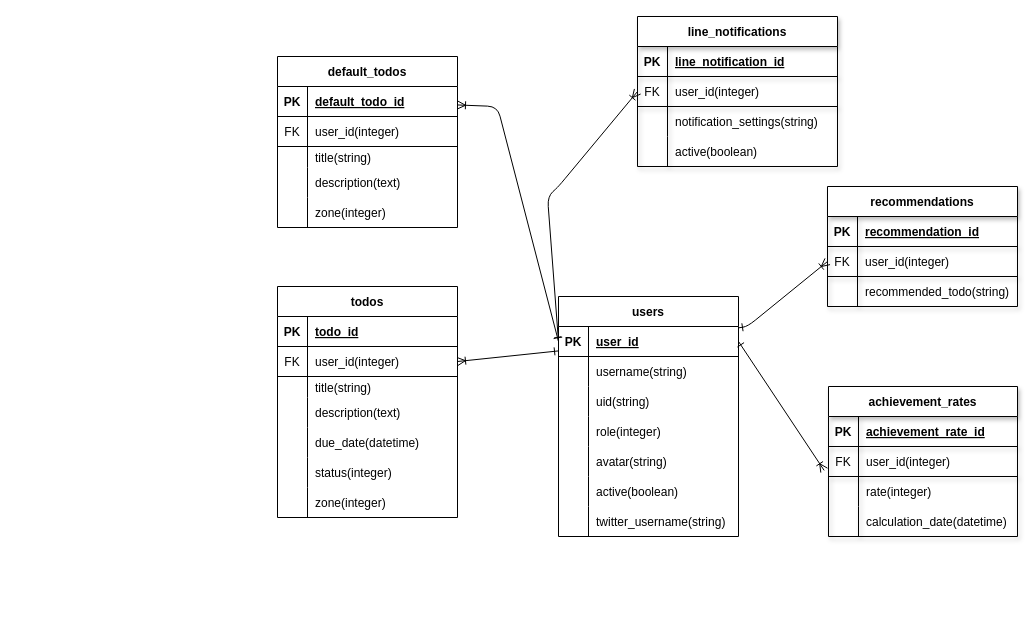
The draw.io diagram erDiagram.dio in mikurikuri11/Taskzen, before the edit. Source tidied: cells renumbered, new cells numbered last; positions are measured from the earlier drawing's top-left corner, leaving out a move shared by most shapes. Both pictures are drawn from the tidied source at 100%, with x=0, y=0 at pixel (277, 16).
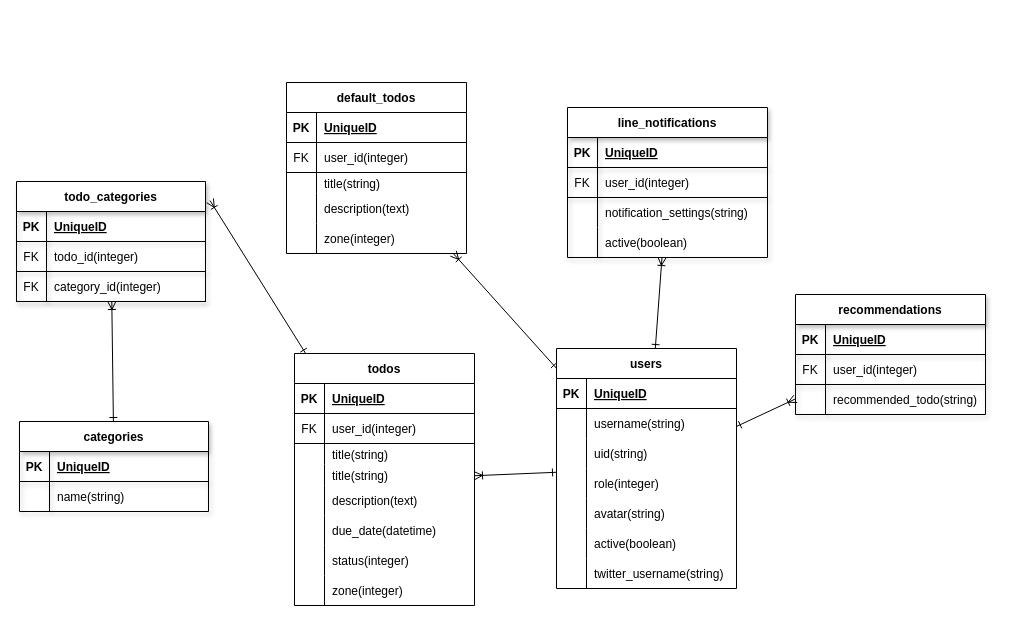
Above is the later version.

Commit message:
Fix: primary_key name and Add categories, todo_categories table for erDirgram

Unchanged cells that the change refers to:
```xml
<mxCell id="3" style="shape=tableRow;horizontal=0;startSize=0;swimlaneHead=0;swimlaneBody=0;fillColor=none;points=[[0,0.5],[1,0.5]];portConstraint=eastwest;top=0;left=0;right=0;bottom=1;" parent="2" vertex="1">
  <mxGeometry y="30" width="180" height="30" as="geometry" />
</mxCell>
<mxCell id="25" style="shape=tableRow;horizontal=0;startSize=0;swimlaneHead=0;swimlaneBody=0;fillColor=none;top=0;left=0;right=0;bottom=1;" parent="24" vertex="1">
  <mxGeometry y="30" width="180" height="30" as="geometry" />
</mxCell>
<mxCell id="28" style="shape=tableRow;horizontal=0;startSize=0;swimlaneHead=0;swimlaneBody=0;fillColor=none;points=[[0,0.5],[1,0.5]];portConstraint=eastwest;top=0;left=0;right=0;bottom=1;" parent="24" vertex="1">
  <mxGeometry y="60" width="180" height="30" as="geometry" />
</mxCell>
<mxCell id="47" style="shape=tableRow;horizontal=0;startSize=0;swimlaneHead=0;swimlaneBody=0;fillColor=none;top=0;left=0;right=0;bottom=1;shadow=1;labelBorderColor=none;" parent="46" vertex="1">
  <mxGeometry y="30" width="200" height="30" as="geometry" />
</mxCell>
<mxCell id="50" style="shape=tableRow;horizontal=0;startSize=0;swimlaneHead=0;swimlaneBody=0;fillColor=none;points=[[0,0.5],[1,0.5]];portConstraint=eastwest;top=0;left=0;right=0;bottom=1;shadow=1;labelBorderColor=none;" parent="46" vertex="1">
  <mxGeometry y="60" width="200" height="30" as="geometry" />
</mxCell>
<mxCell id="60" style="shape=tableRow;horizontal=0;startSize=0;swimlaneHead=0;swimlaneBody=0;fillColor=none;top=0;left=0;right=0;bottom=1;shadow=1;labelBorderColor=none;" parent="59" vertex="1">
  <mxGeometry y="30" width="190" height="30" as="geometry" />
</mxCell>
<mxCell id="63" style="shape=tableRow;horizontal=0;startSize=0;swimlaneHead=0;swimlaneBody=0;fillColor=none;points=[[0,0.5],[1,0.5]];portConstraint=eastwest;top=0;left=0;right=0;bottom=1;shadow=1;labelBorderColor=none;" parent="59" vertex="1">
  <mxGeometry y="60" width="190" height="30" as="geometry" />
</mxCell>
<mxCell id="70" style="shape=tableRow;horizontal=0;startSize=0;swimlaneHead=0;swimlaneBody=0;fillColor=none;top=0;left=0;right=0;bottom=1;shadow=1;labelBorderColor=none;" parent="69" vertex="1">
  <mxGeometry y="30" width="189" height="30" as="geometry" />
</mxCell>
<mxCell id="87" style="shape=tableRow;horizontal=0;startSize=0;swimlaneHead=0;swimlaneBody=0;fillColor=none;points=[[0,0.5],[1,0.5]];portConstraint=eastwest;top=0;left=0;right=0;bottom=1;" parent="86" vertex="1">
  <mxGeometry y="30" width="180" height="30" as="geometry" />
</mxCell>
```

What changed in the source:
```diff
@@
+    <mxCell id="103" style="edgeStyle=none;html=1;startArrow=ERone;startFill=0;endArrow=ERoneToMany;endFill=0;" parent="1" edge="1" source="2" target="24">
+      <mxGeometry relative="1" as="geometry" />
+    </mxCell>
+    <mxCell id="104" style="edgeStyle=none;html=1;startArrow=ERone;startFill=0;endArrow=ERoneToMany;endFill=0;" parent="1" edge="1" source="2" target="86">
+      <mxGeometry relative="1" as="geometry" />
+    </mxCell>
+    <mxCell id="105" style="edgeStyle=none;html=1;startArrow=ERone;startFill=0;endArrow=ERoneToMany;endFill=0;" parent="1" edge="1" source="2" target="46">
+      <mxGeometry relative="1" as="geometry" />
+    </mxCell>
+    <mxCell id="106" style="edgeStyle=none;html=1;startArrow=ERone;startFill=0;endArrow=ERoneToMany;endFill=0;" parent="1" edge="1" source="2" target="59">
+      <mxGeometry relative="1" as="geometry" />
+    </mxCell>
     <mxCell id="2" value="users" style="shape=table;startSize=30;childLayout=tableLayout;rowLines=0;fontStyle=1;align=center;" parent="1" vertex="1">
-      <mxGeometry x="281" y="280" width="180" height="240" as="geometry" />
+      <mxGeometry x="279" y="332" width="180" height="240" as="geometry" />
     </mxCell>
@@
-    <mxCell id="5" value="user_id" style="shape=partialRectangle;fillColor=none;top=0;left=0;bottom=0;right=0;align=left;spacingLeft=6;fontStyle=5;overflow=hidden;" parent="3" vertex="1">
+    <mxCell id="5" value="UniqueID" style="shape=partialRectangle;fillColor=none;top=0;left=0;bottom=0;right=0;align=left;spacingLeft=6;fontStyle=5;overflow=hidden;" parent="3" vertex="1">
       <mxGeometry x="30" width="150" height="30" as="geometry" />
     </mxCell>
@@
+    <mxCell id="107" style="edgeStyle=none;html=1;entryX=1.024;entryY=0.159;entryDx=0;entryDy=0;entryPerimeter=0;startArrow=ERone;startFill=0;endArrow=ERoneToMany;endFill=0;" parent="1" edge="1" source="24" target="112">
+      <mxGeometry relative="1" as="geometry" />
+    </mxCell>
     <mxCell id="24" value="todos" style="shape=table;startSize=30;childLayout=tableLayout;rowLines=0;fontStyle=1;align=center;" parent="1" vertex="1">
-      <mxGeometry y="270" width="180" height="231" as="geometry" />
+      <mxGeometry x="17" y="337" width="180" height="252" as="geometry" />
     </mxCell>
@@
-    <mxCell id="27" value="todo_id" style="shape=partialRectangle;fillColor=none;top=0;left=0;bottom=0;right=0;align=left;spacingLeft=6;fontStyle=5;overflow=hidden;" parent="25" vertex="1">
+    <mxCell id="27" value="UniqueID" style="shape=partialRectangle;fillColor=none;top=0;left=0;bottom=0;right=0;align=left;spacingLeft=6;fontStyle=5;overflow=hidden;" parent="25" vertex="1">
       <mxGeometry x="30" width="150" height="30" as="geometry" />
     </mxCell>
@@
+    <mxCell id="108" style="shape=tableRow;horizontal=0;startSize=0;swimlaneHead=0;swimlaneBody=0;fillColor=none;top=0;left=0;right=0;bottom=0;" parent="24" vertex="1">
+      <mxGeometry y="90" width="180" height="21" as="geometry" />
+    </mxCell>
+    <mxCell id="109" style="shape=partialRectangle;fillColor=none;top=0;left=0;bottom=0;right=0;overflow=hidden;" parent="108" vertex="1">
+      <mxGeometry width="30" height="21" as="geometry" />
+    </mxCell>
+    <mxCell id="110" value="title(string)" style="shape=partialRectangle;fillColor=none;top=0;left=0;bottom=0;right=0;align=left;spacingLeft=6;overflow=hidden;" parent="108" vertex="1">
+      <mxGeometry x="30" width="150" height="21" as="geometry" />
+    </mxCell>
     <mxCell id="31" style="shape=tableRow;horizontal=0;startSize=0;swimlaneHead=0;swimlaneBody=0;fillColor=none;top=0;left=0;right=0;bottom=0;" parent="24" vertex="1">
-      <mxGeometry y="90" width="180" height="21" as="geometry" />
+      <mxGeometry y="111" width="180" height="21" as="geometry" />
     </mxCell>
@@
     <mxCell id="34" style="shape=tableRow;horizontal=0;startSize=0;swimlaneHead=0;swimlaneBody=0;fillColor=none;top=0;left=0;right=0;bottom=0;" parent="24" vertex="1">
-      <mxGeometry y="111" width="180" height="30" as="geometry" />
+      <mxGeometry y="132" width="180" height="30" as="geometry" />
     </mxCell>
@@
     <mxCell id="37" style="shape=tableRow;horizontal=0;startSize=0;swimlaneHead=0;swimlaneBody=0;fillColor=none;top=0;left=0;right=0;bottom=0;" parent="24" vertex="1">
-      <mxGeometry y="141" width="180" height="30" as="geometry" />
+      <mxGeometry y="162" width="180" height="30" as="geometry" />
     </mxCell>
@@
     <mxCell id="40" style="shape=tableRow;horizontal=0;startSize=0;swimlaneHead=0;swimlaneBody=0;fillColor=none;top=0;left=0;right=0;bottom=0;" parent="24" vertex="1">
-      <mxGeometry y="171" width="180" height="30" as="geometry" />
+      <mxGeometry y="192" width="180" height="30" as="geometry" />
     </mxCell>
@@
     <mxCell id="43" style="shape=tableRow;horizontal=0;startSize=0;swimlaneHead=0;swimlaneBody=0;fillColor=none;top=0;left=0;right=0;bottom=0;" parent="24" vertex="1">
-      <mxGeometry y="201" width="180" height="30" as="geometry" />
+      <mxGeometry y="222" width="180" height="30" as="geometry" />
     </mxCell>
@@
     <mxCell id="46" value="line_notifications" style="shape=table;startSize=30;childLayout=tableLayout;rowLines=0;fontStyle=1;align=center;shadow=1;labelBorderColor=none;" parent="1" vertex="1">
-      <mxGeometry x="360" width="200" height="150" as="geometry" />
+      <mxGeometry x="290" y="91" width="200" height="150" as="geometry" />
     </mxCell>
@@
-    <mxCell id="49" value="line_notification_id" style="shape=partialRectangle;fillColor=none;top=0;left=0;bottom=0;right=0;align=left;spacingLeft=6;fontStyle=5;overflow=hidden;shadow=1;labelBorderColor=none;" parent="47" vertex="1">
+    <mxCell id="49" value="UniqueID" style="shape=partialRectangle;fillColor=none;top=0;left=0;bottom=0;right=0;align=left;spacingLeft=6;fontStyle=5;overflow=hidden;shadow=1;labelBorderColor=none;" parent="47" vertex="1">
       <mxGeometry x="30" width="170" height="30" as="geometry" />
     </mxCell>
@@
     <mxCell id="59" value="recommendations" style="shape=table;startSize=30;childLayout=tableLayout;rowLines=0;fontStyle=1;align=center;shadow=1;labelBorderColor=none;" parent="1" vertex="1">
-      <mxGeometry x="550" y="170" width="190" height="120" as="geometry" />
+      <mxGeometry x="518" y="278" width="190" height="120" as="geometry" />
     </mxCell>
@@
-    <mxCell id="62" value="recommendation_id" style="shape=partialRectangle;fillColor=none;top=0;left=0;bottom=0;right=0;align=left;spacingLeft=6;fontStyle=5;overflow=hidden;shadow=1;labelBorderColor=none;" parent="60" vertex="1">
+    <mxCell id="62" value="UniqueID" style="shape=partialRectangle;fillColor=none;top=0;left=0;bottom=0;right=0;align=left;spacingLeft=6;fontStyle=5;overflow=hidden;shadow=1;labelBorderColor=none;" parent="60" vertex="1">
       <mxGeometry x="30" width="160" height="30" as="geometry" />
     </mxCell>
@@
+    <mxCell id="111" style="edgeStyle=none;html=1;startArrow=ERone;startFill=0;endArrow=ERoneToMany;endFill=0;" parent="1" edge="1" source="69" target="112">
+      <mxGeometry relative="1" as="geometry" />
+    </mxCell>
-    <mxCell id="69" value="achievement_rates" style="shape=table;startSize=30;childLayout=tableLayout;rowLines=0;fontStyle=1;align=center;shadow=1;labelBorderColor=none;" parent="1" vertex="1">
-      <mxGeometry x="551" y="370" width="189" height="150" as="geometry" />
+    <mxCell id="69" value="categories" style="shape=table;startSize=30;childLayout=tableLayout;rowLines=0;fontStyle=1;align=center;shadow=1;labelBorderColor=none;" parent="1" vertex="1">
+      <mxGeometry x="-258" y="405" width="189" height="90" as="geometry" />
     </mxCell>
@@
-    <mxCell id="72" value="achievement_rate_id" style="shape=partialRectangle;fillColor=none;top=0;left=0;bottom=0;right=0;align=left;spacingLeft=6;fontStyle=5;overflow=hidden;shadow=1;labelBorderColor=none;" parent="70" vertex="1">
+    <mxCell id="72" value="UniqueID" style="shape=partialRectangle;fillColor=none;top=0;left=0;bottom=0;right=0;align=left;spacingLeft=6;fontStyle=5;overflow=hidden;shadow=1;labelBorderColor=none;" parent="70" vertex="1">
       <mxGeometry x="30" width="159" height="30" as="geometry" />
     </mxCell>
-    <mxCell id="73" style="shape=tableRow;horizontal=0;startSize=0;swimlaneHead=0;swimlaneBody=0;fillColor=none;points=[[0,0.5],[1,0.5]];portConstraint=eastwest;top=0;left=0;right=0;bottom=1;shadow=1;labelBorderColor=none;" parent="69" vertex="1">
-      <mxGeometry y="60" width="189" height="30" as="geometry" />
-    </mxCell>
-    <mxCell id="74" value="FK" style="shape=partialRectangle;fillColor=none;top=0;left=0;bottom=0;right=0;overflow=hidden;shadow=1;labelBorderColor=none;" parent="73" vertex="1">
-      <mxGeometry width="30" height="30" as="geometry" />
-    </mxCell>
-    <mxCell id="75" value="user_id(integer)" style="shape=partialRectangle;fillColor=none;top=0;left=0;bottom=0;right=0;align=left;spacingLeft=6;overflow=hidden;shadow=1;labelBorderColor=none;" parent="73" vertex="1">
-      <mxGeometry x="30" width="159" height="30" as="geometry" />
-    </mxCell>
     <mxCell id="76" style="shape=tableRow;horizontal=0;startSize=0;swimlaneHead=0;swimlaneBody=0;fillColor=none;top=0;left=0;right=0;bottom=0;shadow=1;labelBorderColor=none;" parent="69" vertex="1">
-      <mxGeometry y="90" width="189" height="30" as="geometry" />
+      <mxGeometry y="60" width="189" height="30" as="geometry" />
     </mxCell>
@@
-    <mxCell id="78" value="rate(integer)" style="shape=partialRectangle;fillColor=none;top=0;left=0;bottom=0;right=0;align=left;spacingLeft=6;overflow=hidden;shadow=1;labelBorderColor=none;" parent="76" vertex="1">
+    <mxCell id="78" value="name(string)" style="shape=partialRectangle;fillColor=none;top=0;left=0;bottom=0;right=0;align=left;spacingLeft=6;overflow=hidden;shadow=1;labelBorderColor=none;" parent="76" vertex="1">
       <mxGeometry x="30" width="159" height="30" as="geometry" />
     </mxCell>
-    <mxCell id="79" style="shape=tableRow;horizontal=0;startSize=0;swimlaneHead=0;swimlaneBody=0;fillColor=none;top=0;left=0;right=0;bottom=0;shadow=1;labelBorderColor=none;" parent="69" vertex="1">
-      <mxGeometry y="120" width="189" height="30" as="geometry" />
-    </mxCell>
-    <mxCell id="80" style="shape=partialRectangle;fillColor=none;top=0;left=0;bottom=0;right=0;overflow=hidden;shadow=1;labelBorderColor=none;" parent="79" vertex="1">
-      <mxGeometry width="30" height="30" as="geometry" />
-    </mxCell>
-    <mxCell id="81" value="calculation_date(datetime)" style="shape=partialRectangle;fillColor=none;top=0;left=0;bottom=0;right=0;align=left;spacingLeft=6;overflow=hidden;shadow=1;labelBorderColor=none;" parent="79" vertex="1">
-      <mxGeometry x="30" width="159" height="30" as="geometry" />
-    </mxCell>
-    <mxCell id="82" style="edgeStyle=none;html=1;entryX=1;entryY=0.5;entryDx=0;entryDy=0;endArrow=ERoneToMany;endFill=0;startArrow=ERone;startFill=0;" parent="1" edge="1" source="3" target="28">
-      <mxGeometry relative="1" as="geometry" />
-    </mxCell>
-    <mxCell id="83" style="edgeStyle=none;html=1;exitX=1;exitY=0.5;exitDx=0;exitDy=0;entryX=-0.023;entryY=0.796;entryDx=0;entryDy=0;entryPerimeter=0;startArrow=ERone;startFill=0;endArrow=ERoneToMany;endFill=0;" parent="1" edge="1" source="3" target="73">
-      <mxGeometry relative="1" as="geometry" />
-    </mxCell>
-    <mxCell id="84" style="edgeStyle=none;html=1;entryX=0;entryY=0.5;entryDx=0;entryDy=0;startArrow=ERone;startFill=0;endArrow=ERoneToMany;endFill=0;" parent="1" edge="1" source="3" target="63">
-      <mxGeometry relative="1" as="geometry">
-        <Array as="points">
-          <mxPoint x="470" y="310" />
-        </Array>
-      </mxGeometry>
-    </mxCell>
-    <mxCell id="85" style="edgeStyle=none;html=1;exitX=0;exitY=0.5;exitDx=0;exitDy=0;entryX=0;entryY=0.5;entryDx=0;entryDy=0;startArrow=ERone;startFill=0;endArrow=ERoneToMany;endFill=0;" parent="1" edge="1" source="3" target="50">
-      <mxGeometry relative="1" as="geometry">
-        <Array as="points">
-          <mxPoint x="270" y="180" />
-          <mxPoint x="281" y="170" />
-        </Array>
-      </mxGeometry>
-    </mxCell>
     <mxCell id="86" value="default_todos" style="shape=table;startSize=30;childLayout=tableLayout;rowLines=0;fontStyle=1;align=center;" parent="1" vertex="1">
-      <mxGeometry y="40" width="180" height="171" as="geometry" />
+      <mxGeometry x="9" y="66" width="180" height="171" as="geometry" />
     </mxCell>
@@
-    <mxCell id="89" value="default_todo_id" style="shape=partialRectangle;fillColor=none;top=0;left=0;bottom=0;right=0;align=left;spacingLeft=6;fontStyle=5;overflow=hidden;" parent="87" vertex="1">
+    <mxCell id="89" value="UniqueID" style="shape=partialRectangle;fillColor=none;top=0;left=0;bottom=0;right=0;align=left;spacingLeft=6;fontStyle=5;overflow=hidden;" parent="87" vertex="1">
       <mxGeometry x="30" width="150" height="30" as="geometry" />
     </mxCell>
@@
-    <mxCell id="102" style="edgeStyle=none;html=1;entryX=0;entryY=0.5;entryDx=0;entryDy=0;endArrow=ERone;endFill=0;startArrow=ERoneToMany;startFill=0;" parent="1" edge="1" source="87" target="3">
-      <mxGeometry relative="1" as="geometry">
-        <Array as="points">
-          <mxPoint x="220" y="90" />
-        </Array>
-      </mxGeometry>
-    </mxCell>
+    <mxCell id="112" value="todo_categories" style="shape=table;startSize=30;childLayout=tableLayout;rowLines=0;fontStyle=1;align=center;shadow=1;labelBorderColor=none;" parent="1" vertex="1">
+      <mxGeometry x="-261" y="165" width="189" height="120" as="geometry" />
+    </mxCell>
+    <mxCell id="113" style="shape=tableRow;horizontal=0;startSize=0;swimlaneHead=0;swimlaneBody=0;fillColor=none;top=0;left=0;right=0;bottom=1;shadow=1;labelBorderColor=none;" parent="112" vertex="1">
+      <mxGeometry y="30" width="189" height="30" as="geometry" />
+    </mxCell>
+    <mxCell id="114" value="PK" style="shape=partialRectangle;fillColor=none;top=0;left=0;bottom=0;right=0;fontStyle=1;overflow=hidden;shadow=1;labelBorderColor=none;" parent="113" vertex="1">
+      <mxGeometry width="30" height="30" as="geometry" />
+    </mxCell>
+    <mxCell id="115" value="UniqueID" style="shape=partialRectangle;fillColor=none;top=0;left=0;bottom=0;right=0;align=left;spacingLeft=6;fontStyle=5;overflow=hidden;shadow=1;labelBorderColor=none;" parent="113" vertex="1">
+      <mxGeometry x="30" width="159" height="30" as="geometry" />
+    </mxCell>
+    <mxCell id="73" style="shape=tableRow;horizontal=0;startSize=0;swimlaneHead=0;swimlaneBody=0;fillColor=none;points=[[0,0.5],[1,0.5]];portConstraint=eastwest;top=0;left=0;right=0;bottom=1;shadow=1;labelBorderColor=none;" parent="112" vertex="1">
+      <mxGeometry y="60" width="189" height="30" as="geometry" />
+    </mxCell>
+    <mxCell id="74" value="FK" style="shape=partialRectangle;fillColor=none;top=0;left=0;bottom=0;right=0;overflow=hidden;shadow=1;labelBorderColor=none;" parent="73" vertex="1">
+      <mxGeometry width="30" height="30" as="geometry" />
+    </mxCell>
+    <mxCell id="116" value="todo_id(integer)" style="shape=partialRectangle;fillColor=none;top=0;left=0;bottom=0;right=0;align=left;spacingLeft=6;overflow=hidden;shadow=1;labelBorderColor=none;" parent="73" vertex="1">
+      <mxGeometry x="30" width="159" height="30" as="geometry" />
+    </mxCell>
+    <mxCell id="117" style="shape=tableRow;horizontal=0;startSize=0;swimlaneHead=0;swimlaneBody=0;fillColor=none;top=0;left=0;right=0;bottom=0;shadow=1;labelBorderColor=none;" parent="112" vertex="1">
+      <mxGeometry y="90" width="189" height="30" as="geometry" />
+    </mxCell>
+    <mxCell id="118" value="FK" style="shape=partialRectangle;fillColor=none;top=0;left=0;bottom=1;right=0;overflow=hidden;shadow=1;labelBorderColor=none;" parent="117" vertex="1">
+      <mxGeometry width="30" height="30" as="geometry" />
+    </mxCell>
+    <mxCell id="119" value="category_id(integer)" style="shape=partialRectangle;fillColor=none;top=0;left=0;bottom=1;right=0;align=left;spacingLeft=6;overflow=hidden;shadow=1;labelBorderColor=none;" parent="117" vertex="1">
+      <mxGeometry x="30" width="159" height="30" as="geometry" />
+    </mxCell>
```
